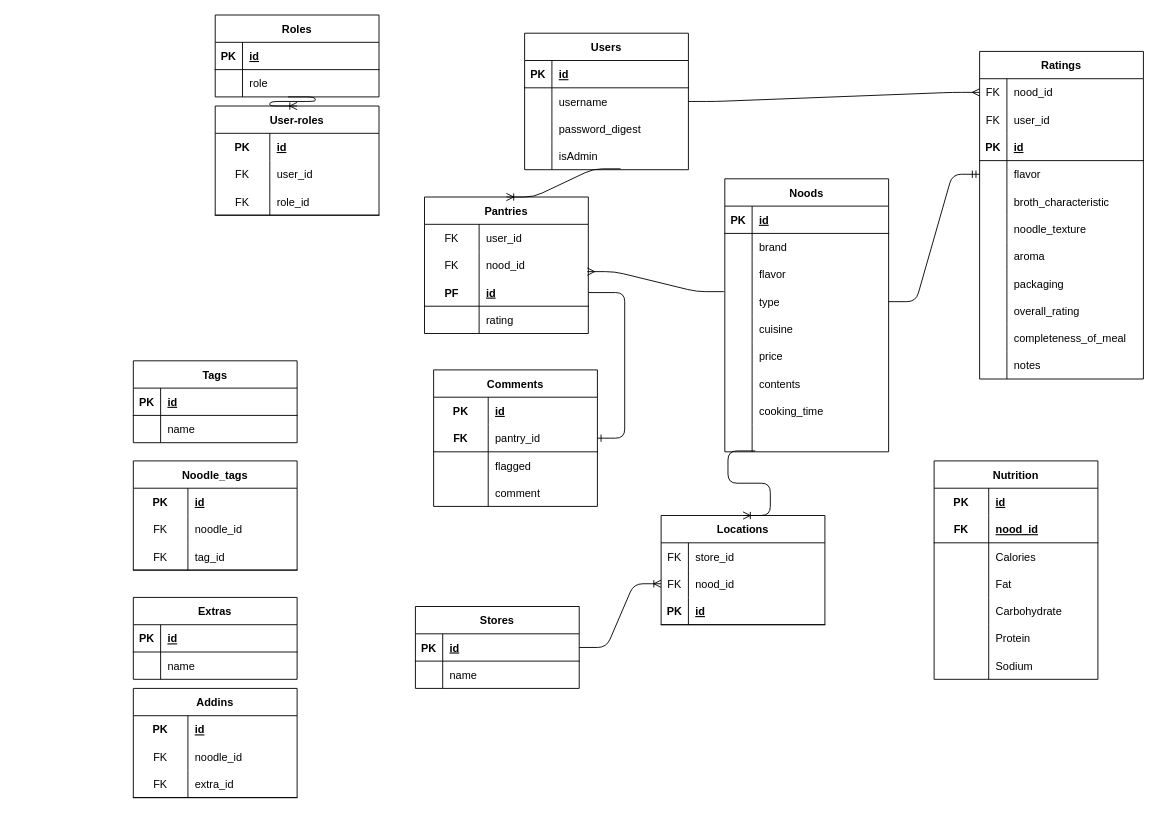
Before: ERD.drawio in LorenaCueva/TastyNoods, a draw.io diagram. Source tidied: cells renumbered, new cells numbered last; positions are measured from the earlier drawing's top-left corner, leaving out a move shared by most shapes. Both pictures are drawn from the tidied source at 91%, with x=0, y=0 at pixel (133, 15).
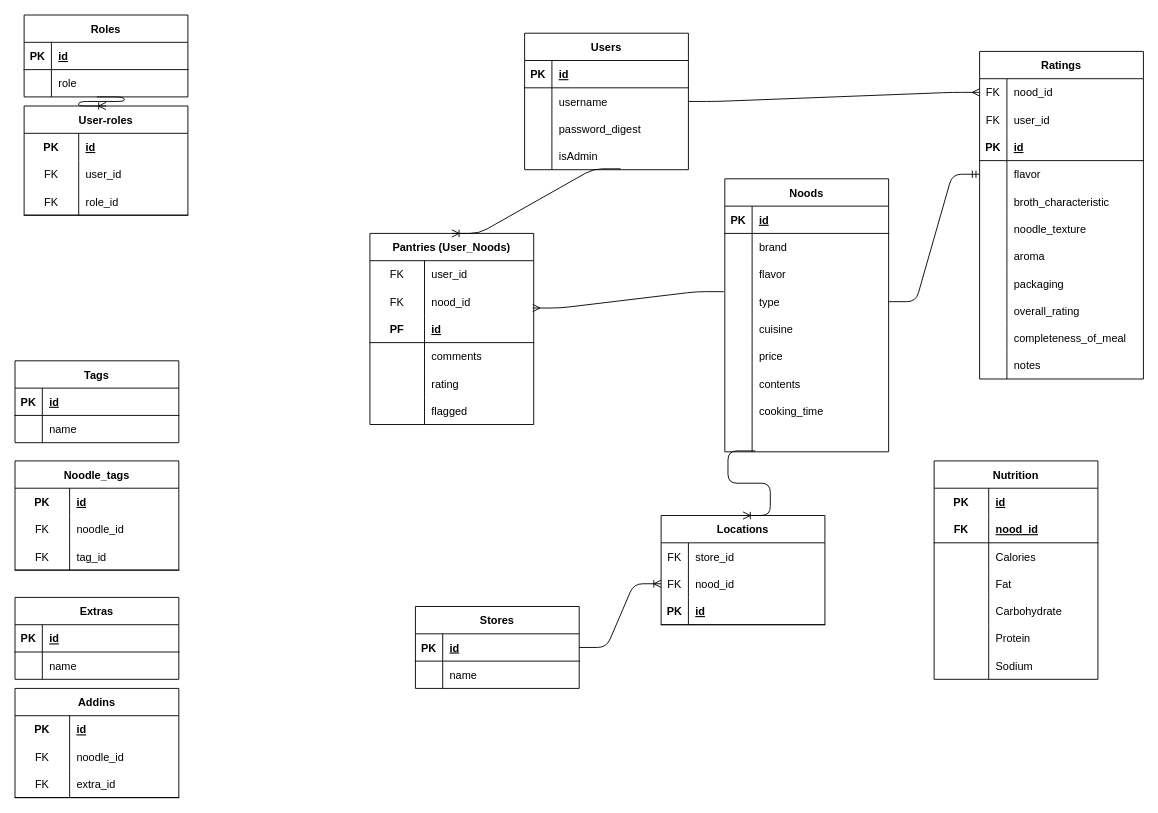
After the change.

The change refers to these unchanged cells:
```xml
<mxCell id="101" style="shape=tableRow;horizontal=0;startSize=0;swimlaneHead=0;swimlaneBody=0;fillColor=none;points=[[0,0.5],[1,0.5]];portConstraint=eastwest;top=0;left=0;right=0;bottom=1;" parent="94" vertex="1">
  <mxGeometry y="90" width="180" height="30" as="geometry" />
</mxCell>
```

Diff of the diagram source:
```diff
@@
-    <mxCell id="94" value="Pantries" style="shape=table;startSize=30;childLayout=tableLayout;rowLines=0;fontStyle=1;align=center;" parent="1" vertex="1">
-      <mxGeometry x="320" y="200" width="180" height="150" as="geometry" />
+    <mxCell id="94" value="Pantries (User_Noods)" style="shape=table;startSize=30;childLayout=tableLayout;rowLines=0;fontStyle=1;align=center;" parent="1" vertex="1">
+      <mxGeometry x="260" y="240" width="180" height="210" as="geometry" />
     </mxCell>
@@
+    <mxCell id="199" style="shape=tableRow;horizontal=0;startSize=0;swimlaneHead=0;swimlaneBody=0;fillColor=none;top=0;left=0;right=0;bottom=0;" parent="94" vertex="1">
+      <mxGeometry y="120" width="180" height="30" as="geometry" />
+    </mxCell>
+    <mxCell id="203" style="shape=partialRectangle;fillColor=none;top=0;left=0;bottom=0;right=0;overflow=hidden;" parent="199" vertex="1">
+      <mxGeometry width="60" height="30" as="geometry" />
+    </mxCell>
+    <mxCell id="204" value="comments" style="shape=partialRectangle;fillColor=none;top=0;left=0;bottom=0;right=0;align=left;spacingLeft=6;overflow=hidden;" parent="199" vertex="1">
+      <mxGeometry x="60" width="120" height="30" as="geometry" />
+    </mxCell>
     <mxCell id="104" style="shape=tableRow;horizontal=0;startSize=0;swimlaneHead=0;swimlaneBody=0;fillColor=none;top=0;left=0;right=0;bottom=0;" parent="94" vertex="1">
-      <mxGeometry y="120" width="180" height="30" as="geometry" />
+      <mxGeometry y="150" width="180" height="30" as="geometry" />
     </mxCell>
@@
+    <mxCell id="205" style="shape=tableRow;horizontal=0;startSize=0;swimlaneHead=0;swimlaneBody=0;fillColor=none;top=0;left=0;right=0;bottom=0;" parent="94" vertex="1">
+      <mxGeometry y="180" width="180" height="30" as="geometry" />
+    </mxCell>
+    <mxCell id="206" style="shape=partialRectangle;fillColor=none;top=0;left=0;bottom=0;right=0;overflow=hidden;" parent="205" vertex="1">
+      <mxGeometry width="60" height="30" as="geometry" />
+    </mxCell>
+    <mxCell id="198" value="flagged" style="shape=partialRectangle;fillColor=none;top=0;left=0;bottom=0;right=0;align=left;spacingLeft=6;overflow=hidden;" parent="205" vertex="1">
+      <mxGeometry x="60" width="120" height="30" as="geometry" />
+    </mxCell>
     <mxCell id="107" value="Roles" style="shape=table;startSize=30;childLayout=tableLayout;rowLines=0;fontStyle=1;align=center;" parent="1" vertex="1">
-      <mxGeometry x="90" width="180" height="90" as="geometry" />
+      <mxGeometry x="-120" width="180" height="90" as="geometry" />
     </mxCell>
@@
     <mxCell id="114" value="User-roles" style="shape=table;startSize=30;childLayout=tableLayout;rowLines=0;fontStyle=1;align=center;" parent="1" vertex="1">
-      <mxGeometry x="90" y="100" width="180" height="120" as="geometry" />
+      <mxGeometry x="-120" y="100" width="180" height="120" as="geometry" />
     </mxCell>
@@
     <mxCell id="153" value="Tags" style="shape=table;startSize=30;childLayout=tableLayout;rowLines=0;fontStyle=1;align=center;" parent="1" vertex="1">
-      <mxGeometry y="380" width="180" height="90" as="geometry" />
+      <mxGeometry x="-130" y="380" width="180" height="90" as="geometry" />
     </mxCell>
@@
     <mxCell id="160" value="Noodle_tags" style="shape=table;startSize=30;childLayout=tableLayout;rowLines=0;fontStyle=1;align=center;" parent="1" vertex="1">
-      <mxGeometry y="490" width="180" height="120" as="geometry" />
+      <mxGeometry x="-130" y="490" width="180" height="120" as="geometry" />
     </mxCell>
@@
     <mxCell id="170" value="Extras" style="shape=table;startSize=30;childLayout=tableLayout;rowLines=0;fontStyle=1;align=center;" parent="1" vertex="1">
-      <mxGeometry y="640" width="180" height="90" as="geometry" />
+      <mxGeometry x="-130" y="640" width="180" height="90" as="geometry" />
     </mxCell>
@@
     <mxCell id="177" value="Addins" style="shape=table;startSize=30;childLayout=tableLayout;rowLines=0;fontStyle=1;align=center;" parent="1" vertex="1">
-      <mxGeometry y="740" width="180" height="120" as="geometry" />
+      <mxGeometry x="-130" y="740" width="180" height="120" as="geometry" />
     </mxCell>
@@
-    <mxCell id="189" value="Comments" style="shape=table;startSize=30;childLayout=tableLayout;rowLines=0;fontStyle=1;align=center;" parent="1" vertex="1">
-      <mxGeometry x="330" y="390" width="180" height="150" as="geometry" />
-    </mxCell>
-    <mxCell id="190" style="shape=tableRow;horizontal=0;startSize=0;swimlaneHead=0;swimlaneBody=0;fillColor=none;top=0;left=0;right=0;bottom=0;" parent="189" vertex="1">
-      <mxGeometry y="30" width="180" height="30" as="geometry" />
-    </mxCell>
-    <mxCell id="191" value="PK" style="shape=partialRectangle;fillColor=none;top=0;left=0;bottom=0;right=0;fontStyle=1;overflow=hidden;" parent="190" vertex="1">
-      <mxGeometry width="60" height="30" as="geometry" />
-    </mxCell>
-    <mxCell id="192" value="id" style="shape=partialRectangle;fillColor=none;top=0;left=0;bottom=0;right=0;align=left;spacingLeft=6;fontStyle=5;overflow=hidden;" parent="190" vertex="1">
-      <mxGeometry x="60" width="120" height="30" as="geometry" />
-    </mxCell>
-    <mxCell id="193" style="shape=tableRow;horizontal=0;startSize=0;swimlaneHead=0;swimlaneBody=0;fillColor=none;top=0;left=0;right=0;bottom=1;" parent="189" vertex="1">
-      <mxGeometry y="60" width="180" height="30" as="geometry" />
-    </mxCell>
-    <mxCell id="194" value="FK" style="shape=partialRectangle;fillColor=none;top=0;left=0;bottom=0;right=0;fontStyle=1;overflow=hidden;" parent="193" vertex="1">
-      <mxGeometry width="60" height="30" as="geometry" />
-    </mxCell>
-    <mxCell id="195" value="pantry_id" style="shape=partialRectangle;fillColor=none;top=0;left=0;bottom=0;right=0;align=left;spacingLeft=6;fontStyle=0;overflow=hidden;" parent="193" vertex="1">
-      <mxGeometry x="60" width="120" height="30" as="geometry" />
-    </mxCell>
-    <mxCell id="196" style="shape=tableRow;horizontal=0;startSize=0;swimlaneHead=0;swimlaneBody=0;fillColor=none;top=0;left=0;right=0;bottom=0;" parent="189" vertex="1">
-      <mxGeometry y="90" width="180" height="30" as="geometry" />
-    </mxCell>
-    <mxCell id="197" style="shape=partialRectangle;fillColor=none;top=0;left=0;bottom=0;right=0;overflow=hidden;" parent="196" vertex="1">
-      <mxGeometry width="60" height="30" as="geometry" />
-    </mxCell>
-    <mxCell id="198" value="flagged" style="shape=partialRectangle;fillColor=none;top=0;left=0;bottom=0;right=0;align=left;spacingLeft=6;overflow=hidden;" parent="196" vertex="1">
-      <mxGeometry x="60" width="120" height="30" as="geometry" />
-    </mxCell>
-    <mxCell id="199" style="shape=tableRow;horizontal=0;startSize=0;swimlaneHead=0;swimlaneBody=0;fillColor=none;top=0;left=0;right=0;bottom=0;" parent="189" vertex="1">
-      <mxGeometry y="120" width="180" height="30" as="geometry" />
-    </mxCell>
-    <mxCell id="200" style="shape=partialRectangle;fillColor=none;top=0;left=0;bottom=0;right=0;overflow=hidden;" parent="199" vertex="1">
-      <mxGeometry width="60" height="30" as="geometry" />
-    </mxCell>
-    <mxCell id="201" value="comment" style="shape=partialRectangle;fillColor=none;top=0;left=0;bottom=0;right=0;align=left;spacingLeft=6;overflow=hidden;" parent="199" vertex="1">
-      <mxGeometry x="60" width="120" height="30" as="geometry" />
-    </mxCell>
-    <mxCell id="202" style="edgeStyle=entityRelationEdgeStyle;fontSize=12;html=1;endArrow=ERone;endFill=1;" parent="1" edge="1" source="101" target="189">
-      <mxGeometry relative="1" as="geometry" />
-    </mxCell>
```
